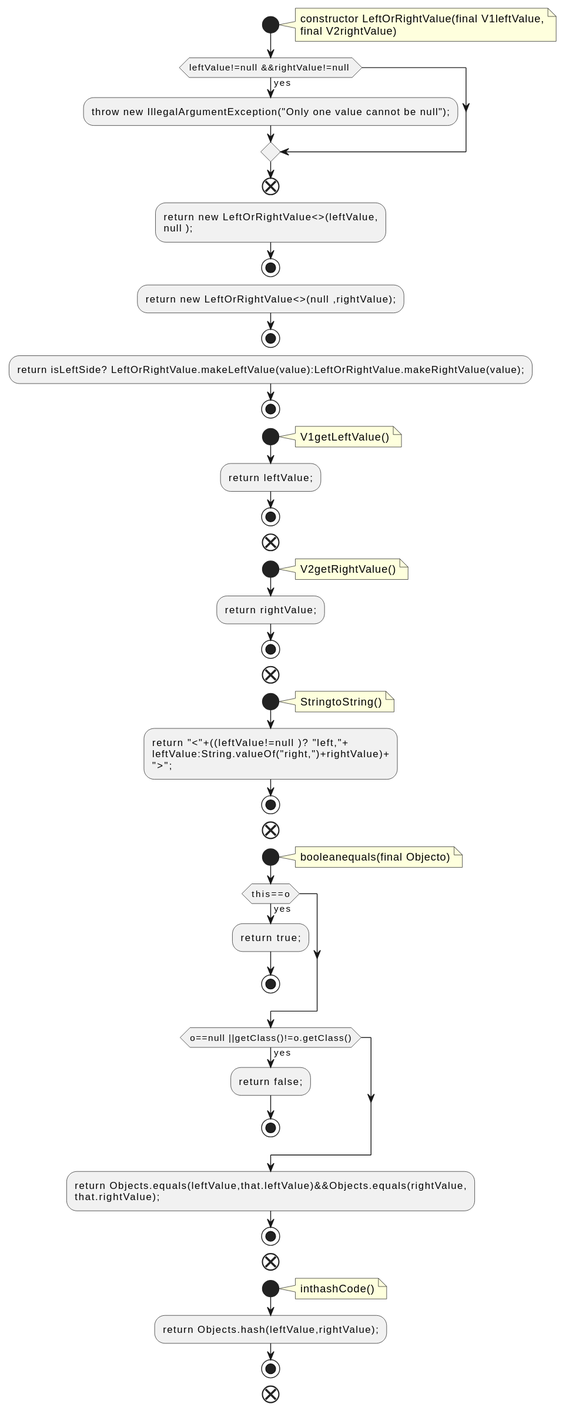
qualitesys/kafka keeps this PlantUML diagram as docs/qc/streams/src/main/java/org/apache/kafka/streams/state/internals/LeftOrRightValue.java.fct.svg. Above is the earlier version.
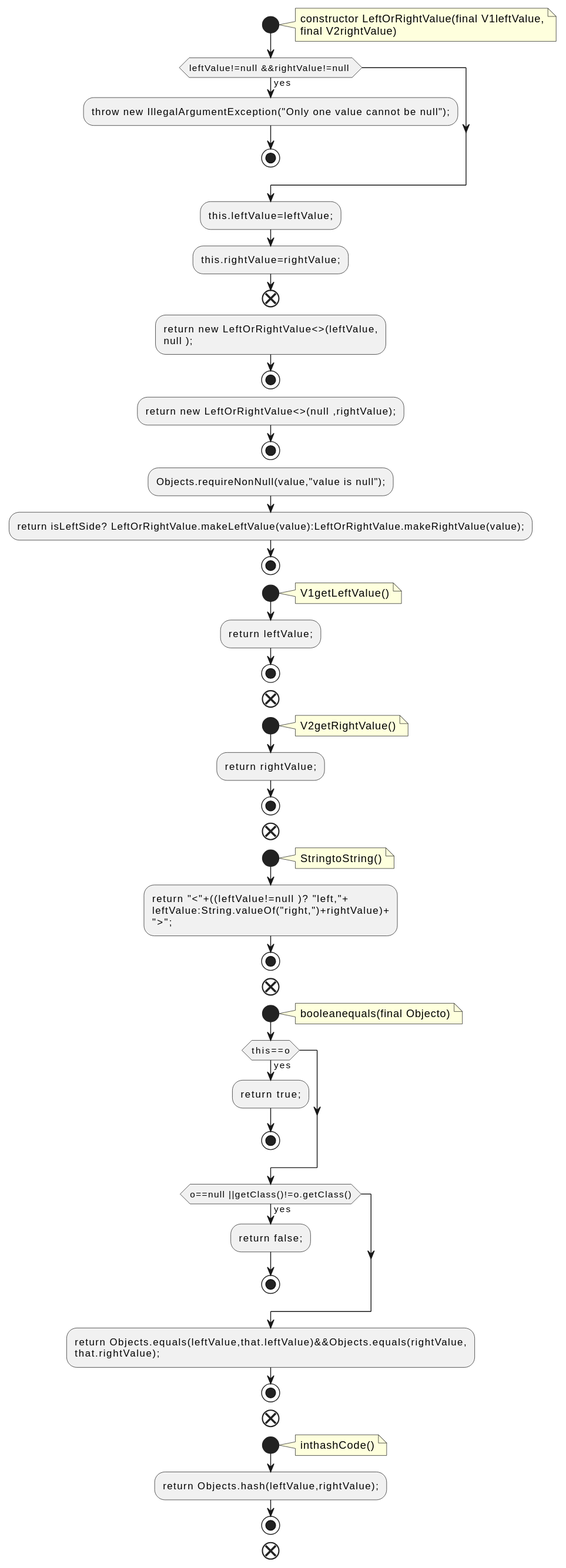
Later version of the same file.

The edit, as a diff of the source:
```diff
@@ -7,13 +7,17 @@
 end note
 if (leftValue!=null &&rightValue!=null ) then (yes)
 :throw new IllegalArgumentException("Only one value cannot be null");;
+stop
 endif
+:this.leftValue=leftValue;;
+:this.rightValue=rightValue;;
 end
 :return new LeftOrRightValue<>(leftValue,
 null );;
 stop
 :return new LeftOrRightValue<>(null ,rightValue);;
 stop
+:Objects.requireNonNull(value,"value is null");;
 :return isLeftSide? LeftOrRightValue.makeLeftValue(value):LeftOrRightValue.makeRightValue(value);;
 stop
 start
```
